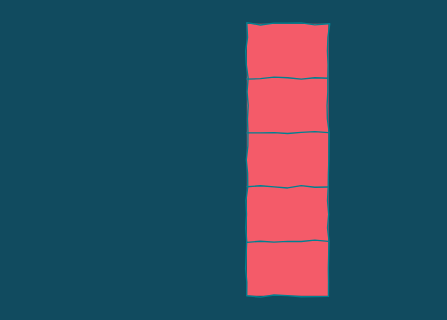
Before: got/segment.drawio in silan-liu/drawio, a draw.io diagram. Source tidied: cells renumbered, new cells numbered last; positions are measured from the earlier drawing's top-left corner, leaving out a move shared by most shapes. Both pictures are drawn from the tidied source at 136%, with x=0, y=0 at pixel (246, 23).
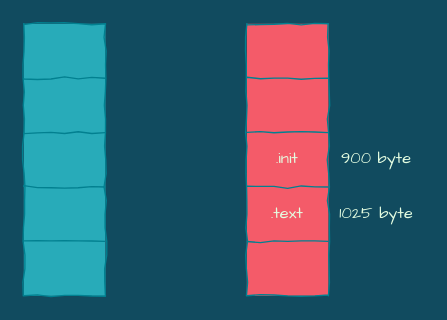
After the change.

The change refers to these unchanged cells:
```xml
<mxCell id="7" style="shape=partialRectangle;html=1;whiteSpace=wrap;fillColor=none;top=0;left=0;bottom=0;right=0;strokeColor=#028090;fontColor=#E4FDE1;" parent="2" vertex="1">
  <mxGeometry y="80" width="60" height="40" as="geometry" />
</mxCell>
<mxCell id="9" style="shape=partialRectangle;html=1;whiteSpace=wrap;fillColor=none;top=0;left=0;bottom=0;right=0;strokeColor=#028090;fontColor=#E4FDE1;" parent="2" vertex="1">
  <mxGeometry y="120" width="60" height="40" as="geometry" />
</mxCell>
```

What changed in the source:
```diff
@@
-    <mxCell id="8" style="shape=partialRectangle;html=1;whiteSpace=wrap;overflow=hidden;fillColor=none;top=0;left=0;bottom=0;right=0;strokeColor=#028090;fontColor=#E4FDE1;" parent="7" vertex="1">
+    <mxCell id="8" value=".init" style="shape=partialRectangle;html=1;whiteSpace=wrap;overflow=hidden;fillColor=none;top=0;left=0;bottom=0;right=0;strokeColor=#028090;fontColor=#E4FDE1;fontFamily=Architects Daughter;" parent="7" vertex="1">
       <mxGeometry width="60" height="40" as="geometry" />
     </mxCell>
@@
-    <mxCell id="10" style="shape=partialRectangle;html=1;whiteSpace=wrap;overflow=hidden;fillColor=none;top=0;left=0;bottom=0;right=0;strokeColor=#028090;fontColor=#E4FDE1;" parent="9" vertex="1">
+    <mxCell id="10" value=".text" style="shape=partialRectangle;html=1;whiteSpace=wrap;overflow=hidden;fillColor=none;top=0;left=0;bottom=0;right=0;strokeColor=#028090;fontColor=#E4FDE1;fontFamily=Architects Daughter;" parent="9" vertex="1">
       <mxGeometry width="60" height="40" as="geometry" />
     </mxCell>
@@
+    <mxCell id="13" style="shape=table;html=1;whiteSpace=wrap;startSize=0;childLayout=tableLayout;strokeColor=#028090;fontColor=#E4FDE1;comic=1;fillColor=#28ABB9;" parent="1" vertex="1">
+      <mxGeometry x="-164" width="60" height="200" as="geometry" />
+    </mxCell>
+    <mxCell id="14" style="shape=partialRectangle;html=1;whiteSpace=wrap;fillColor=none;top=0;left=0;bottom=0;right=0;strokeColor=#028090;fontColor=#E4FDE1;" parent="13" vertex="1">
+      <mxGeometry width="60" height="40" as="geometry" />
+    </mxCell>
+    <mxCell id="15" style="shape=partialRectangle;html=1;whiteSpace=wrap;overflow=hidden;fillColor=none;top=0;left=0;bottom=0;right=0;strokeColor=#028090;fontColor=#E4FDE1;" parent="14" vertex="1">
+      <mxGeometry width="60" height="40" as="geometry" />
+    </mxCell>
+    <mxCell id="16" style="shape=partialRectangle;html=1;whiteSpace=wrap;fillColor=none;top=0;left=0;bottom=0;right=0;strokeColor=#028090;fontColor=#E4FDE1;" parent="13" vertex="1">
+      <mxGeometry y="40" width="60" height="40" as="geometry" />
+    </mxCell>
+    <mxCell id="17" style="shape=partialRectangle;html=1;whiteSpace=wrap;overflow=hidden;fillColor=none;top=0;left=0;bottom=0;right=0;strokeColor=#028090;fontColor=#E4FDE1;" parent="16" vertex="1">
+      <mxGeometry width="60" height="40" as="geometry" />
+    </mxCell>
+    <mxCell id="18" style="shape=partialRectangle;html=1;whiteSpace=wrap;fillColor=none;top=0;left=0;bottom=0;right=0;strokeColor=#028090;fontColor=#E4FDE1;" parent="13" vertex="1">
+      <mxGeometry y="80" width="60" height="40" as="geometry" />
+    </mxCell>
+    <mxCell id="19" style="shape=partialRectangle;html=1;whiteSpace=wrap;overflow=hidden;fillColor=none;top=0;left=0;bottom=0;right=0;strokeColor=#028090;fontColor=#E4FDE1;" parent="18" vertex="1">
+      <mxGeometry width="60" height="40" as="geometry" />
+    </mxCell>
+    <mxCell id="20" style="shape=partialRectangle;html=1;whiteSpace=wrap;fillColor=none;top=0;left=0;bottom=0;right=0;strokeColor=#028090;fontColor=#E4FDE1;" parent="13" vertex="1">
+      <mxGeometry y="120" width="60" height="40" as="geometry" />
+    </mxCell>
+    <mxCell id="21" style="shape=partialRectangle;html=1;whiteSpace=wrap;overflow=hidden;fillColor=none;top=0;left=0;bottom=0;right=0;strokeColor=#028090;fontColor=#E4FDE1;" parent="20" vertex="1">
+      <mxGeometry width="60" height="40" as="geometry" />
+    </mxCell>
+    <mxCell id="22" style="shape=partialRectangle;html=1;whiteSpace=wrap;fillColor=none;top=0;left=0;bottom=0;right=0;strokeColor=#028090;fontColor=#E4FDE1;" parent="13" vertex="1">
+      <mxGeometry y="160" width="60" height="40" as="geometry" />
+    </mxCell>
+    <mxCell id="23" style="shape=partialRectangle;html=1;whiteSpace=wrap;overflow=hidden;fillColor=none;top=0;left=0;bottom=0;right=0;strokeColor=#028090;fontColor=#E4FDE1;" parent="22" vertex="1">
+      <mxGeometry width="60" height="40" as="geometry" />
+    </mxCell>
+    <mxCell id="24" value="900 byte" style="text;html=1;align=center;verticalAlign=middle;fontFamily=Architects Daughter;fontColor=#E4FDE1;" parent="1" vertex="1">
+      <mxGeometry x="60" y="90" width="70" height="20" as="geometry" />
+    </mxCell>
+    <mxCell id="25" value="1025 byte" style="text;html=1;align=center;verticalAlign=middle;fontFamily=Architects Daughter;fontColor=#E4FDE1;" parent="1" vertex="1">
+      <mxGeometry x="60" y="130" width="70" height="20" as="geometry" />
+    </mxCell>
```
